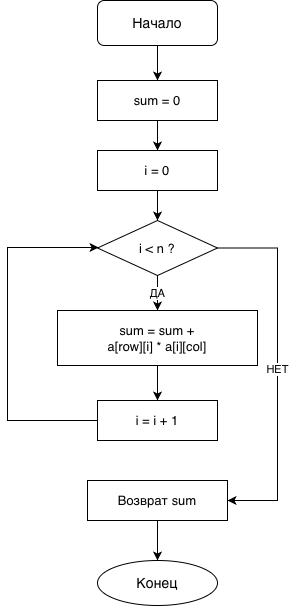
DaniilDunguon/university-lessons keeps this draw.io diagram as Lessons7/Блок-схема_scalar.drawio.png. Above is the earlier version. Source tidied: cells renumbered, new cells last; positions are measured from the earlier drawing's top-left corner, leaving out a move shared by most shapes.
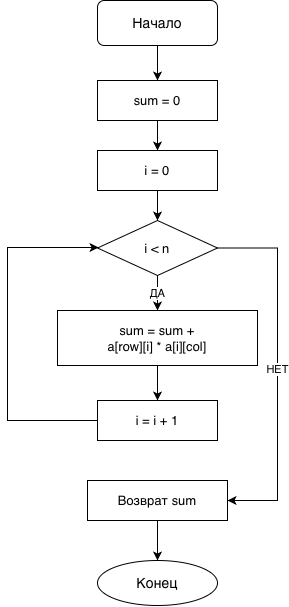
The same file after the commit.

The edit, as a diff of the source:
```diff
@@ -17,7 +17,7 @@
     <mxCell id="6" style="edgeStyle=orthogonalEdgeStyle;rounded=0;html=1;" parent="1" edge="1" source="3" target="5">
       <mxGeometry relative="1" as="geometry" />
     </mxCell>
-    <mxCell id="7" value="i &lt; n ?" style="rhombus;whiteSpace=wrap;html=1;fontSize=13;" parent="1" vertex="1">
+    <mxCell id="7" value="i &amp;lt; n" style="rhombus;whiteSpace=wrap;html=1;fontSize=13;" parent="1" vertex="1">
       <mxGeometry x="90" y="220" width="120" height="55" as="geometry" />
     </mxCell>
     <mxCell id="8" style="edgeStyle=orthogonalEdgeStyle;rounded=0;html=1;" parent="1" edge="1" source="5" target="7">
```
